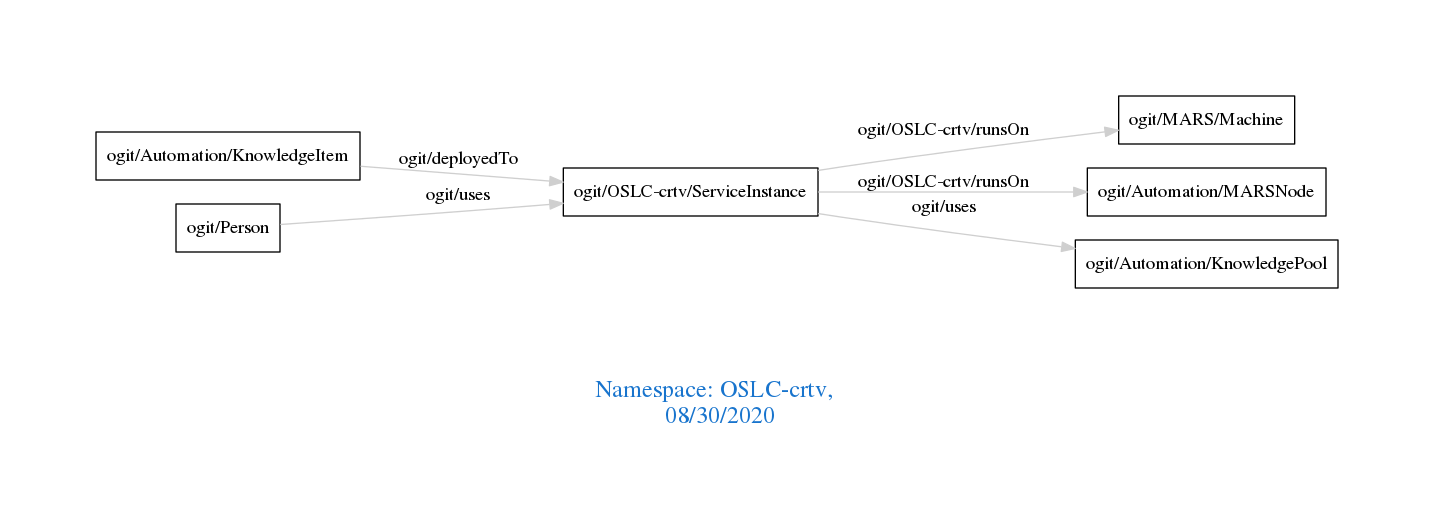
arago/OGIT keeps this Graphviz diagram as downloads/OSLC-crtv.png. Above is the earlier version. Its source is kept beside it as downloads/OSLC-crtv.dot. Its diagram source:
```dot
digraph OGIT_ontology {
 graph [ rankdir= LR,pad=1
fontsize = 18,
fontcolor= dodgerblue3,label = "\n\n\nNamespace: OSLC-crtv, \n 08/30/2020"];
node[shape=polygon];
edge [  color="gray81"];

   "ogit/Automation/KnowledgeItem" -> "ogit/OSLC-crtv/ServiceInstance" [label="   ogit/deployedTo    "];
   "ogit/OSLC-crtv/ServiceInstance" -> "ogit/MARS/Machine" [label="   ogit/OSLC-crtv/runsOn    "];
   "ogit/OSLC-crtv/ServiceInstance" -> "ogit/Automation/MARSNode" [label="   ogit/OSLC-crtv/runsOn    "];
   "ogit/OSLC-crtv/ServiceInstance" -> "ogit/Automation/KnowledgePool" [label="   ogit/uses    "];
   "ogit/Person" -> "ogit/OSLC-crtv/ServiceInstance" [label="   ogit/uses    "];
}
```
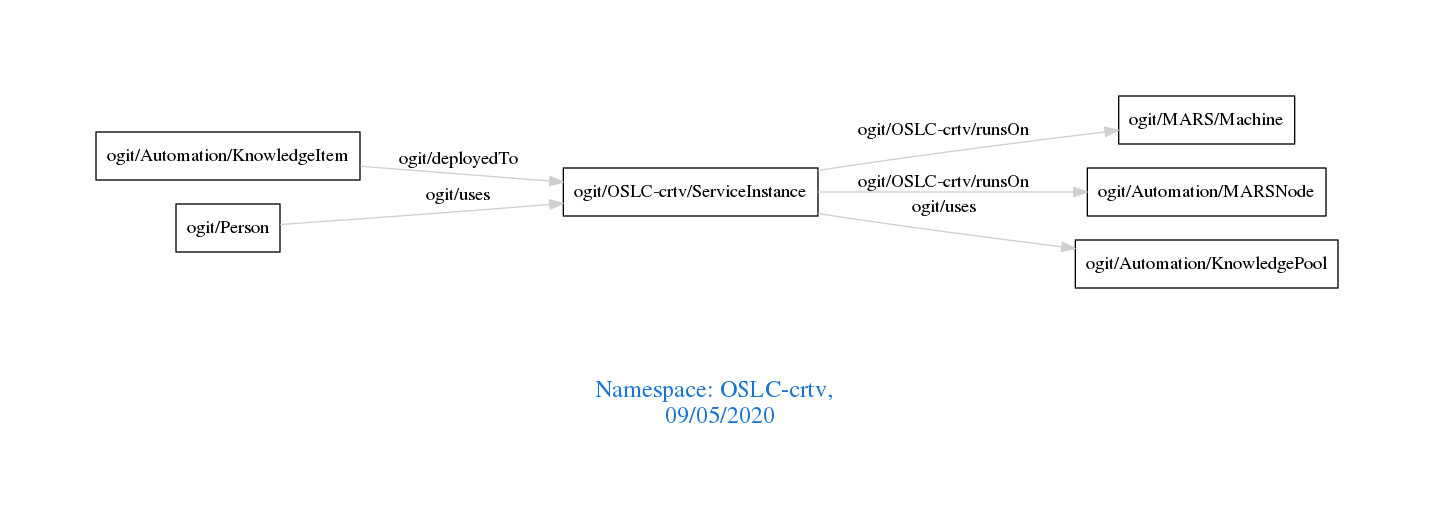
After the change.

What changed in the source:
```diff
@@ -1,7 +1,7 @@
 digraph OGIT_ontology {
  graph [ rankdir= LR,pad=1
 fontsize = 18,
-fontcolor= dodgerblue3,label = "\n\n\nNamespace: OSLC-crtv, \n 08/30/2020"];
+fontcolor= dodgerblue3,label = "\n\n\nNamespace: OSLC-crtv, \n 09/05/2020"];
 node[shape=polygon];
 edge [  color="gray81"];
 
```
